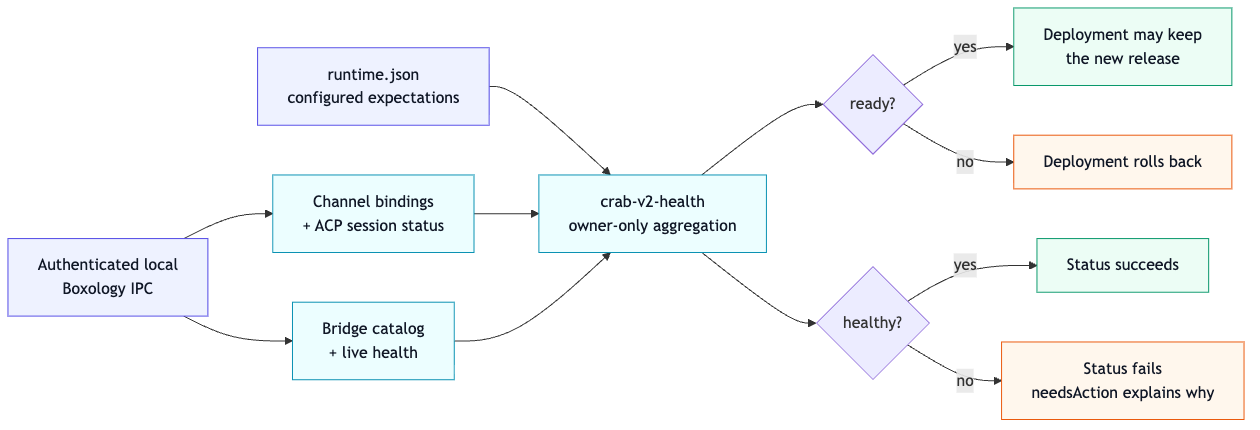
Earlier version of the Mermaid export v2/docs/runtime-health-flow.png (fontanierh/crab). Its source is kept beside it as v2/docs/runtime-health-flow.mmd. The source it was exported from:
```mermaid
flowchart LR
    CONFIG["runtime.json<br/>configured expectations"] --> HEALTH["crab-v2-health<br/>owner-only aggregation"]

    IPC["Authenticated local<br/>Boxology IPC"] --> CHANNELS["Channel bindings<br/>+ ACP session status"]
    IPC --> BRIDGES["Bridge catalog<br/>+ live health"]
    CHANNELS --> HEALTH
    BRIDGES --> HEALTH

    HEALTH --> READY{"ready?"}
    READY -->|yes| DEPLOY["Deployment may keep<br/>the new release"]
    READY -->|no| ROLLBACK["Deployment rolls back"]

    HEALTH --> HEALTHY{"healthy?"}
    HEALTHY -->|yes| STATUS["Status succeeds"]
    HEALTHY -->|no| ACTION["Status fails<br/>needsAction explains why"]

    classDef source fill:#eef2ff,stroke:#4f46e5,color:#111827;
    classDef action fill:#ecfeff,stroke:#0891b2,color:#111827;
    classDef success fill:#ecfdf5,stroke:#059669,color:#111827;
    classDef failure fill:#fff7ed,stroke:#ea580c,color:#111827;
    class CONFIG,IPC source;
    class CHANNELS,BRIDGES,HEALTH action;
    class DEPLOY,STATUS success;
    class ROLLBACK,ACTION failure;
```
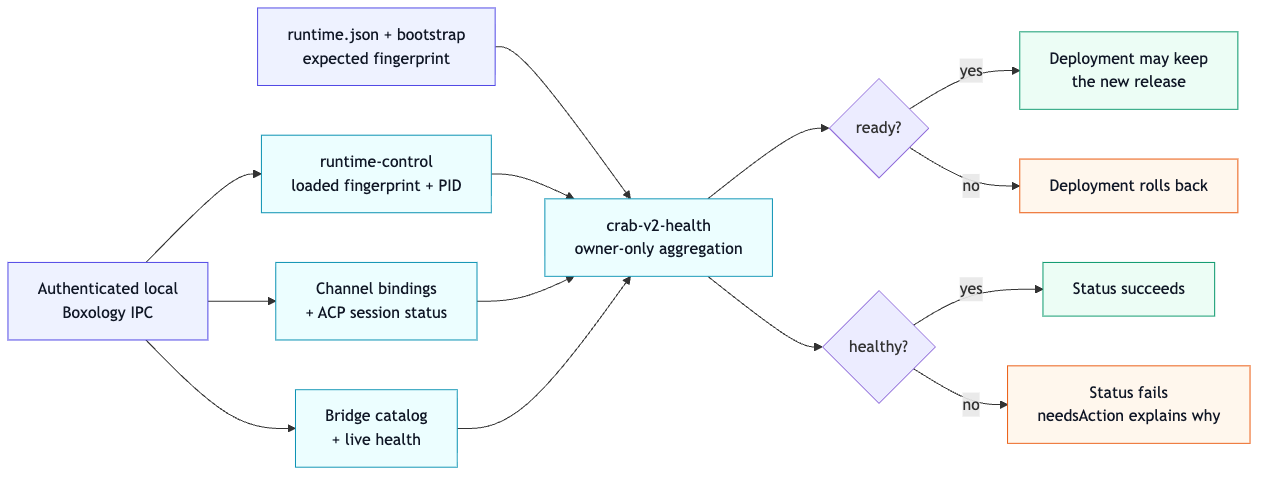
Above is the later version.

The edit, as a diff of the source:
```diff
@@ -1,8 +1,10 @@
 flowchart LR
-    CONFIG["runtime.json<br/>configured expectations"] --> HEALTH["crab-v2-health<br/>owner-only aggregation"]
+    CONFIG["runtime.json + bootstrap<br/>expected fingerprint"] --> HEALTH["crab-v2-health<br/>owner-only aggregation"]
 
-    IPC["Authenticated local<br/>Boxology IPC"] --> CHANNELS["Channel bindings<br/>+ ACP session status"]
+    IPC["Authenticated local<br/>Boxology IPC"] --> RUNTIME["runtime-control<br/>loaded fingerprint + PID"]
+    IPC --> CHANNELS["Channel bindings<br/>+ ACP session status"]
     IPC --> BRIDGES["Bridge catalog<br/>+ live health"]
+    RUNTIME --> HEALTH
     CHANNELS --> HEALTH
     BRIDGES --> HEALTH
 
@@ -19,6 +21,6 @@
     classDef success fill:#ecfdf5,stroke:#059669,color:#111827;
     classDef failure fill:#fff7ed,stroke:#ea580c,color:#111827;
     class CONFIG,IPC source;
-    class CHANNELS,BRIDGES,HEALTH action;
+    class RUNTIME,CHANNELS,BRIDGES,HEALTH action;
     class DEPLOY,STATUS success;
     class ROLLBACK,ACTION failure;
```
